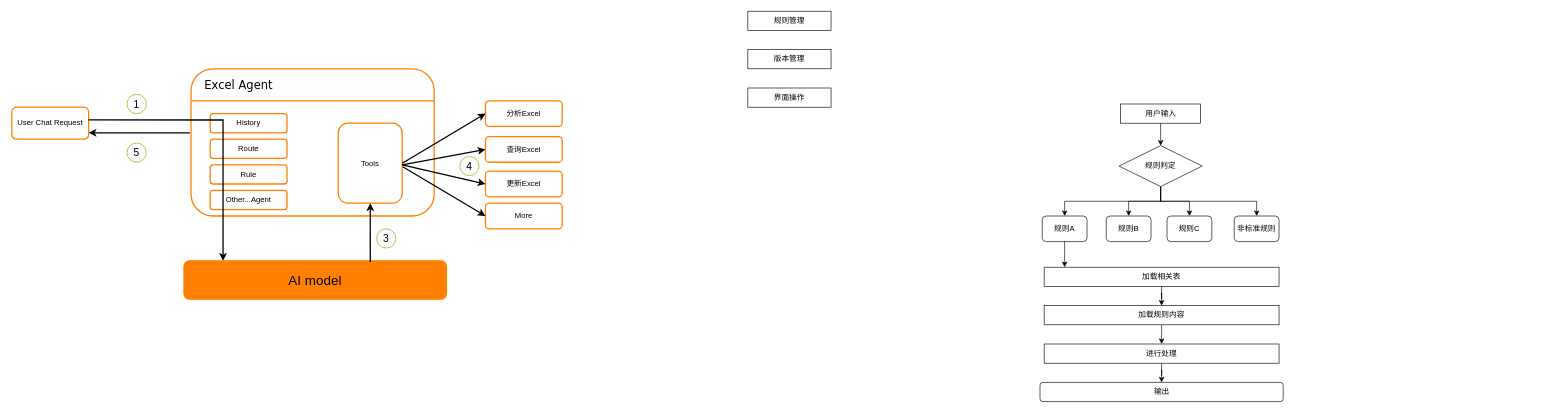
Ordertiny/graph keeps this draw.io diagram as SSJJ2/ss2配表Agent.drawio. Above is the earlier version. Source tidied: cells renumbered, new cells numbered last; positions are measured from the earlier drawing's top-left corner, leaving out a move shared by most shapes. Both pictures are drawn from the tidied source at 64%, with x=0, y=0 at pixel (12, 11).
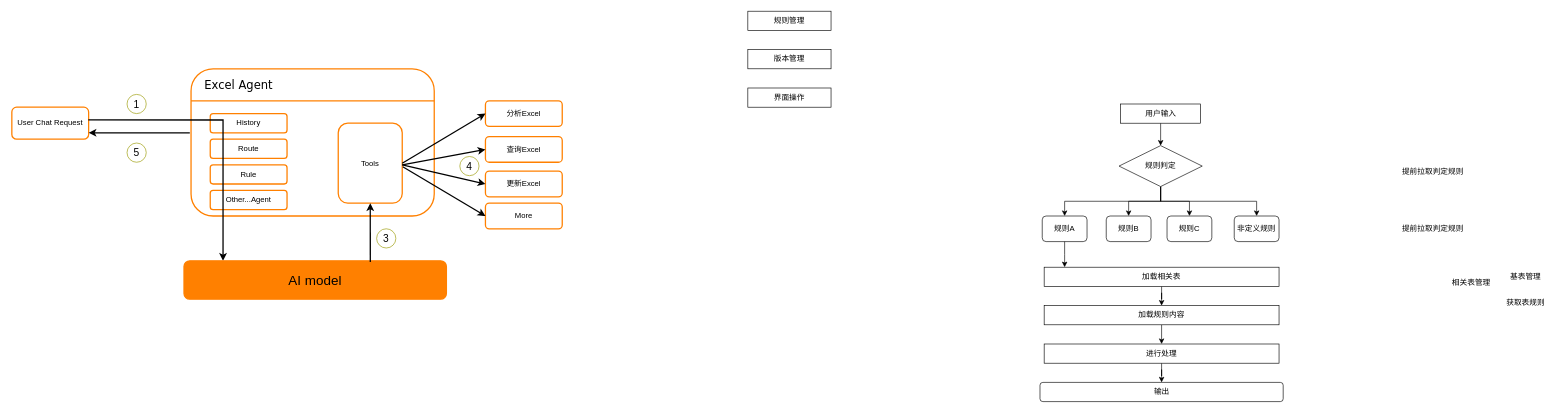
The same page after the edit.

Change to the diagram source:
```diff
@@
-    <mxCell id="41" value="非标准规则" style="rounded=1;whiteSpace=wrap;html=1;" parent="1" vertex="1">
+    <mxCell id="41" value="非定义规则" style="rounded=1;whiteSpace=wrap;html=1;" parent="1" vertex="1">
       <mxGeometry x="1910" y="320" width="70" height="40" as="geometry" />
     </mxCell>
@@
+    <mxCell id="50" value="提前拉取判定规则" style="text;html=1;align=center;verticalAlign=middle;strokeColor=none;fillColor=none;" parent="1" vertex="1">
+      <mxGeometry x="2160" y="236" width="120" height="30" as="geometry" />
+    </mxCell>
+    <mxCell id="51" value="提前拉取判定规则" style="text;html=1;align=center;verticalAlign=middle;strokeColor=none;fillColor=none;" parent="1" vertex="1">
+      <mxGeometry x="2160" y="325" width="120" height="30" as="geometry" />
+    </mxCell>
+    <mxCell id="52" value="相关表管理" style="text;html=1;align=center;verticalAlign=middle;strokeColor=none;fillColor=none;" parent="1" vertex="1">
+      <mxGeometry x="2240" y="410" width="80" height="30" as="geometry" />
+    </mxCell>
+    <mxCell id="53" value="基表管理" style="text;html=1;align=center;verticalAlign=middle;strokeColor=none;fillColor=none;" parent="1" vertex="1">
+      <mxGeometry x="2330" y="400" width="70" height="30" as="geometry" />
+    </mxCell>
+    <mxCell id="54" value="获取表规则" style="text;html=1;align=center;verticalAlign=middle;strokeColor=none;fillColor=none;" parent="1" vertex="1">
+      <mxGeometry x="2325" y="440" width="80" height="30" as="geometry" />
+    </mxCell>
```
